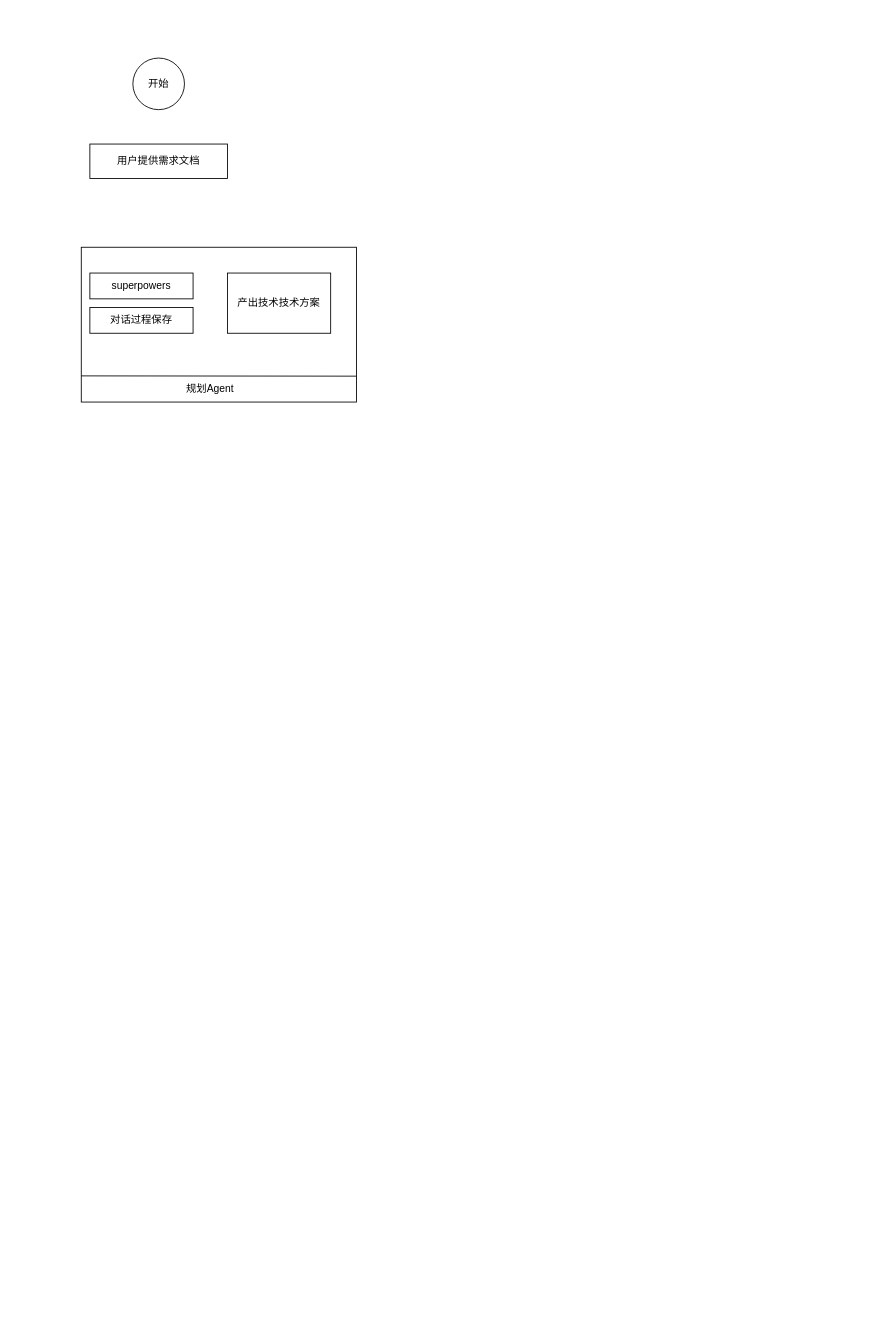
This is SSJJ2/开发Agent设计.drawio from Ordertiny/graph, a draw.io file, before an edit. Source tidied: cells renumbered, new cells numbered last; positions are measured from the earlier drawing's top-left corner, leaving out a move shared by most shapes. Both pictures are drawn from the tidied source at 86%, with x=0, y=0 at pixel (81, 58).
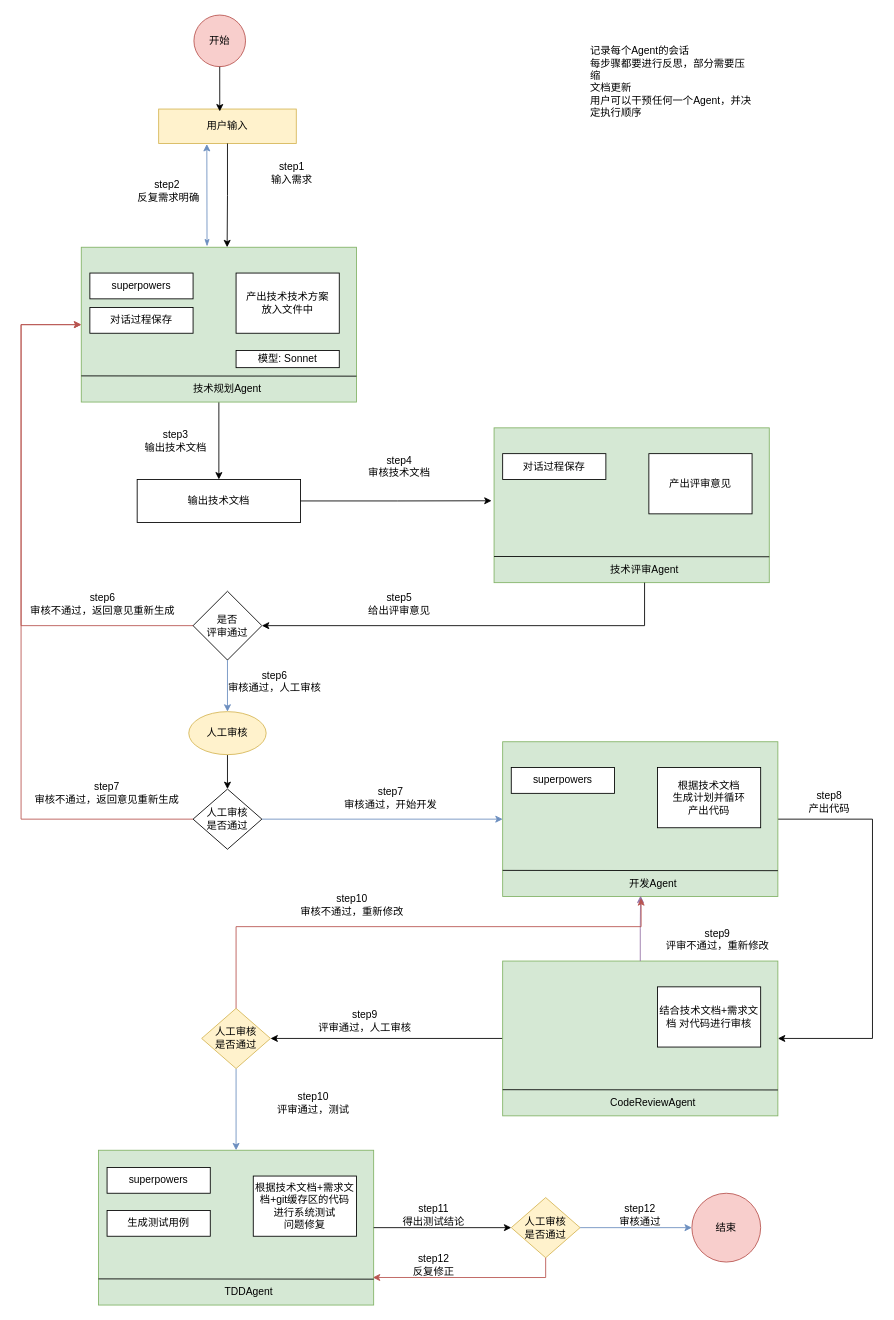
After the change.

Commit message (it also covers changes not shown here):
更新开发Agent设计.drawio

The edit, as a diff of the source:
```diff
@@
-    <mxCell id="2" value="开始" style="ellipse;whiteSpace=wrap;html=1;" parent="1" vertex="1">
-      <mxGeometry x="60" width="60" height="60" as="geometry" />
+    <mxCell id="2" value="开始" style="ellipse;whiteSpace=wrap;html=1;fillColor=#f8cecc;strokeColor=#b85450;" parent="1" vertex="1">
+      <mxGeometry x="131" y="-50" width="60" height="60" as="geometry" />
     </mxCell>
-    <mxCell id="3" value="用户提供需求文档" style="rounded=0;whiteSpace=wrap;html=1;" parent="1" vertex="1">
-      <mxGeometry x="10" y="100" width="160" height="40" as="geometry" />
+    <mxCell id="3" value="用户输入" style="rounded=0;whiteSpace=wrap;html=1;fillColor=#fff2cc;strokeColor=#d6b656;" parent="1" vertex="1">
+      <mxGeometry x="90" y="59.3" width="160" height="40" as="geometry" />
     </mxCell>
+    <mxCell id="10" style="edgeStyle=orthogonalEdgeStyle;rounded=0;jettySize=auto;html=1;" parent="1" edge="1" source="4" target="25">
+      <mxGeometry relative="1" as="geometry" />
+    </mxCell>
-    <mxCell id="4" style="rounded=0;whiteSpace=wrap;html=1;" parent="1" vertex="1">
+    <mxCell id="4" style="rounded=0;whiteSpace=wrap;html=1;fillColor=#d5e8d4;strokeColor=#82b366;" parent="1" vertex="1">
       <mxGeometry y="220" width="320" height="180" as="geometry" />
     </mxCell>
-    <mxCell id="5" value="产出技术技术方案" style="rounded=0;whiteSpace=wrap;html=1;" parent="1" vertex="1">
-      <mxGeometry x="170" y="250" width="120" height="70" as="geometry" />
+    <mxCell id="5" value="产出技术技术方案&lt;div&gt;放入文件中&lt;/div&gt;" style="rounded=0;whiteSpace=wrap;html=1;" parent="1" vertex="1">
+      <mxGeometry x="180" y="250" width="120" height="70" as="geometry" />
     </mxCell>
-    <mxCell id="6" value="规划Agent" style="text;html=1;whiteSpace=wrap;strokeColor=none;fillColor=none;align=center;verticalAlign=middle;rounded=0;" parent="1" vertex="1">
-      <mxGeometry x="120" y="370" width="60" height="30" as="geometry" />
+    <mxCell id="6" value="技术规划Agent" style="text;html=1;whiteSpace=wrap;strokeColor=none;fillColor=none;align=center;verticalAlign=middle;rounded=0;" parent="1" vertex="1">
+      <mxGeometry x="120" y="370" width="100" height="30" as="geometry" />
     </mxCell>
@@
+    <mxCell id="11" style="rounded=0;whiteSpace=wrap;html=1;fillColor=#d5e8d4;strokeColor=#82b366;" parent="1" vertex="1">
+      <mxGeometry x="480" y="430" width="320" height="180" as="geometry" />
+    </mxCell>
+    <mxCell id="12" value="产出评审意见" style="rounded=0;whiteSpace=wrap;html=1;" parent="1" vertex="1">
+      <mxGeometry x="660" y="460" width="120" height="70" as="geometry" />
+    </mxCell>
+    <mxCell id="13" style="edgeStyle=orthogonalEdgeStyle;rounded=0;jettySize=auto;html=1;exitX=0.5;exitY=1;exitDx=0;exitDy=0;entryX=1;entryY=0.5;entryDx=0;entryDy=0;" parent="1" edge="1" source="14" target="30">
+      <mxGeometry relative="1" as="geometry" />
+    </mxCell>
+    <mxCell id="14" value="技术评审Agent" style="text;html=1;whiteSpace=wrap;strokeColor=none;fillColor=none;align=center;verticalAlign=middle;rounded=0;" parent="1" vertex="1">
+      <mxGeometry x="600" y="580" width="110" height="30" as="geometry" />
+    </mxCell>
+    <mxCell id="15" value="对话过程保存" style="rounded=0;whiteSpace=wrap;html=1;" parent="1" vertex="1">
+      <mxGeometry x="490" y="460" width="120" height="30" as="geometry" />
+    </mxCell>
+    <mxCell id="16" style="endArrow=none;html=1;rounded=0;entryX=1.003;entryY=0.833;entryDx=0;entryDy=0;entryPerimeter=0;exitX=0;exitY=0.831;exitDx=0;exitDy=0;exitPerimeter=0;" parent="1" edge="1" source="11">
+      <mxGeometry relative="1" as="geometry">
+        <mxPoint x="800" y="579.9" as="targetPoint" />
+      </mxGeometry>
+    </mxCell>
+    <mxCell id="17" value="模型:&amp;nbsp;Sonnet" style="rounded=0;whiteSpace=wrap;html=1;" parent="1" vertex="1">
+      <mxGeometry x="180" y="340" width="120" height="20" as="geometry" />
+    </mxCell>
+    <mxCell id="18" value="记录每个Agent的会话&lt;div&gt;每步骤都要进行反思，部分需要压缩&lt;/div&gt;&lt;div&gt;文档更新&lt;/div&gt;&lt;div&gt;用户可以干预任何一个Agent，并决定执行顺序&lt;/div&gt;&lt;div&gt;&lt;br&gt;&lt;/div&gt;" style="text;html=1;whiteSpace=wrap;strokeColor=none;fillColor=none;align=left;verticalAlign=middle;rounded=0;" parent="1" vertex="1">
+      <mxGeometry x="590" y="20" width="190" height="30" as="geometry" />
+    </mxCell>
+    <mxCell id="19" value="step3&lt;div&gt;输出技术文档&lt;/div&gt;" style="text;html=1;whiteSpace=wrap;strokeColor=none;fillColor=none;align=center;verticalAlign=middle;rounded=0;" parent="1" vertex="1">
+      <mxGeometry x="60" y="430" width="100" height="30" as="geometry" />
+    </mxCell>
+    <mxCell id="20" style="edgeStyle=orthogonalEdgeStyle;rounded=0;jettySize=auto;html=1;exitX=0.5;exitY=1;exitDx=0;exitDy=0;entryX=0.405;entryY=0.004;entryDx=0;entryDy=0;entryPerimeter=0;" parent="1" edge="1" source="3">
+      <mxGeometry relative="1" as="geometry">
+        <mxPoint x="169.6" y="220" as="targetPoint" />
+      </mxGeometry>
+    </mxCell>
+    <mxCell id="21" value="step1&lt;div&gt;输入需求&lt;/div&gt;" style="text;html=1;whiteSpace=wrap;strokeColor=none;fillColor=none;align=center;verticalAlign=middle;rounded=0;" parent="1" vertex="1">
+      <mxGeometry x="180" y="119.3" width="130" height="30" as="geometry" />
+    </mxCell>
+    <mxCell id="22" value="step2&lt;div&gt;&amp;nbsp;反复需求明确&lt;/div&gt;" style="text;html=1;whiteSpace=wrap;strokeColor=none;fillColor=none;align=center;verticalAlign=middle;rounded=0;" parent="1" vertex="1">
+      <mxGeometry x="40" y="140" width="120" height="30" as="geometry" />
+    </mxCell>
+    <mxCell id="23" style="endArrow=classic;html=1;rounded=1;curved=0;startArrow=classicThin;startFill=1;exitX=0.457;exitY=-0.006;exitDx=0;exitDy=0;exitPerimeter=0;fillColor=#dae8fc;strokeColor=#6c8ebf;" parent="1" edge="1" source="4">
+      <mxGeometry relative="1" as="geometry">
+        <mxPoint x="146" y="100" as="targetPoint" />
+      </mxGeometry>
+    </mxCell>
+    <mxCell id="24" style="edgeStyle=orthogonalEdgeStyle;rounded=0;orthogonalLoop=1;jettySize=auto;html=1;exitX=0.5;exitY=1;exitDx=0;exitDy=0;" parent="1" edge="1" source="19" target="19">
+      <mxGeometry relative="1" as="geometry" />
+    </mxCell>
+    <mxCell id="25" value="输出技术文档" style="rounded=0;whiteSpace=wrap;html=1;" parent="1" vertex="1">
+      <mxGeometry x="65" y="490" width="190" height="50" as="geometry" />
+    </mxCell>
+    <mxCell id="26" style="edgeStyle=orthogonalEdgeStyle;rounded=0;jettySize=auto;html=1;entryX=-0.009;entryY=0.471;entryDx=0;entryDy=0;entryPerimeter=0;" parent="1" edge="1" source="25" target="11">
+      <mxGeometry relative="1" as="geometry" />
+    </mxCell>
+    <mxCell id="27" value="step4&lt;div&gt;审核技术文档&lt;/div&gt;" style="text;html=1;whiteSpace=wrap;strokeColor=none;fillColor=none;align=center;verticalAlign=middle;rounded=0;" parent="1" vertex="1">
+      <mxGeometry x="320" y="460" width="100" height="30" as="geometry" />
+    </mxCell>
+    <mxCell id="28" style="edgeStyle=orthogonalEdgeStyle;rounded=0;jettySize=auto;html=1;exitX=0;exitY=0.5;exitDx=0;exitDy=0;entryX=0;entryY=0.5;entryDx=0;entryDy=0;fillColor=#f8cecc;strokeColor=#b85450;" parent="1" edge="1" source="30" target="4">
+      <mxGeometry relative="1" as="geometry">
+        <Array as="points">
+          <mxPoint x="-70" y="660" />
+          <mxPoint x="-70" y="310" />
+        </Array>
+      </mxGeometry>
+    </mxCell>
+    <mxCell id="29" style="edgeStyle=orthogonalEdgeStyle;rounded=0;jettySize=auto;html=1;exitX=0.5;exitY=1;exitDx=0;exitDy=0;fillColor=#dae8fc;strokeColor=#6c8ebf;" parent="1" edge="1" source="30" target="34">
+      <mxGeometry relative="1" as="geometry" />
+    </mxCell>
+    <mxCell id="30" value="是否&lt;div&gt;评审通过&lt;/div&gt;" style="rhombus;whiteSpace=wrap;html=1;" parent="1" vertex="1">
+      <mxGeometry x="130" y="620" width="80" height="80" as="geometry" />
+    </mxCell>
+    <mxCell id="31" value="step5&lt;div&gt;给出评审意见&lt;/div&gt;" style="text;html=1;whiteSpace=wrap;strokeColor=none;fillColor=none;align=center;verticalAlign=middle;rounded=0;" parent="1" vertex="1">
+      <mxGeometry x="305" y="620" width="130" height="30" as="geometry" />
+    </mxCell>
+    <mxCell id="32" value="step6&lt;div&gt;审核不通过，返回意见重新生成&lt;/div&gt;" style="text;html=1;whiteSpace=wrap;strokeColor=none;fillColor=none;align=center;verticalAlign=middle;rounded=0;" parent="1" vertex="1">
+      <mxGeometry x="-70" y="620" width="190" height="30" as="geometry" />
+    </mxCell>
+    <mxCell id="33" style="edgeStyle=orthogonalEdgeStyle;rounded=0;jettySize=auto;html=1;exitX=0.5;exitY=1;exitDx=0;exitDy=0;entryX=0.5;entryY=0;entryDx=0;entryDy=0;" parent="1" edge="1" source="34" target="38">
+      <mxGeometry relative="1" as="geometry" />
+    </mxCell>
+    <mxCell id="34" value="人工审核" style="ellipse;whiteSpace=wrap;html=1;fillColor=#fff2cc;strokeColor=#d6b656;" parent="1" vertex="1">
+      <mxGeometry x="125" y="760" width="90" height="50" as="geometry" />
+    </mxCell>
+    <mxCell id="35" value="step6&lt;div&gt;审核通过，人工审核&lt;/div&gt;" style="text;html=1;whiteSpace=wrap;strokeColor=none;fillColor=none;align=center;verticalAlign=middle;rounded=0;" parent="1" vertex="1">
+      <mxGeometry x="160" y="710" width="130" height="30" as="geometry" />
+    </mxCell>
+    <mxCell id="36" style="edgeStyle=orthogonalEdgeStyle;rounded=0;jettySize=auto;html=1;exitX=0;exitY=0.5;exitDx=0;exitDy=0;fillColor=#f8cecc;strokeColor=#b85450;" parent="1" edge="1" source="38">
+      <mxGeometry relative="1" as="geometry">
+        <mxPoint y="310" as="targetPoint" />
+        <Array as="points">
+          <mxPoint x="-70" y="885" />
+          <mxPoint x="-70" y="310" />
+        </Array>
+      </mxGeometry>
+    </mxCell>
+    <mxCell id="37" style="edgeStyle=orthogonalEdgeStyle;rounded=0;jettySize=auto;html=1;exitX=1;exitY=0.5;exitDx=0;exitDy=0;fillColor=#dae8fc;strokeColor=#6c8ebf;" parent="1" edge="1" source="38" target="41">
+      <mxGeometry relative="1" as="geometry" />
+    </mxCell>
+    <mxCell id="38" value="人工审核&lt;div&gt;是否通过&lt;/div&gt;" style="rhombus;whiteSpace=wrap;html=1;" parent="1" vertex="1">
+      <mxGeometry x="130" y="850" width="80" height="70" as="geometry" />
+    </mxCell>
+    <mxCell id="39" value="step7&lt;div&gt;审核不通过，返回意见重新生成&lt;/div&gt;" style="text;html=1;whiteSpace=wrap;strokeColor=none;fillColor=none;align=center;verticalAlign=middle;rounded=0;" parent="1" vertex="1">
+      <mxGeometry x="-60" y="830" width="180" height="50" as="geometry" />
+    </mxCell>
+    <mxCell id="40" style="edgeStyle=orthogonalEdgeStyle;rounded=0;jettySize=auto;html=1;exitX=1;exitY=0.5;exitDx=0;exitDy=0;entryX=1;entryY=0.5;entryDx=0;entryDy=0;" parent="1" edge="1" source="41" target="48">
+      <mxGeometry relative="1" as="geometry">
+        <Array as="points">
+          <mxPoint x="920" y="885" />
+          <mxPoint x="920" y="1140" />
+        </Array>
+      </mxGeometry>
+    </mxCell>
+    <mxCell id="41" style="rounded=0;whiteSpace=wrap;html=1;fillColor=#d5e8d4;strokeColor=#82b366;" parent="1" vertex="1">
+      <mxGeometry x="490" y="795" width="320" height="180" as="geometry" />
+    </mxCell>
+    <mxCell id="42" value="&lt;div&gt;根据技术文档&lt;/div&gt;&lt;div&gt;生成计划并循环&lt;/div&gt;产出代码" style="rounded=0;whiteSpace=wrap;html=1;" parent="1" vertex="1">
+      <mxGeometry x="670" y="825" width="120" height="70" as="geometry" />
+    </mxCell>
+    <mxCell id="43" value="开发Agent" style="text;html=1;whiteSpace=wrap;strokeColor=none;fillColor=none;align=center;verticalAlign=middle;rounded=0;" parent="1" vertex="1">
+      <mxGeometry x="610" y="945" width="110" height="30" as="geometry" />
+    </mxCell>
+    <mxCell id="44" value="superpowers" style="rounded=0;whiteSpace=wrap;html=1;" parent="1" vertex="1">
+      <mxGeometry x="500" y="825" width="120" height="30" as="geometry" />
+    </mxCell>
+    <mxCell id="45" style="endArrow=none;html=1;rounded=0;entryX=1.003;entryY=0.833;entryDx=0;entryDy=0;entryPerimeter=0;exitX=0;exitY=0.831;exitDx=0;exitDy=0;exitPerimeter=0;" parent="1" edge="1" source="41">
+      <mxGeometry relative="1" as="geometry">
+        <mxPoint x="810" y="944.9" as="targetPoint" />
+      </mxGeometry>
+    </mxCell>
+    <mxCell id="46" value="step7&lt;div&gt;审核通过，开始开发&lt;/div&gt;" style="text;html=1;whiteSpace=wrap;strokeColor=none;fillColor=none;align=center;verticalAlign=middle;rounded=0;" parent="1" vertex="1">
+      <mxGeometry x="270" y="835" width="180" height="50" as="geometry" />
+    </mxCell>
+    <mxCell id="47" style="edgeStyle=orthogonalEdgeStyle;rounded=0;jettySize=auto;html=1;exitX=0;exitY=0.5;exitDx=0;exitDy=0;entryX=1;entryY=0.5;entryDx=0;entryDy=0;" parent="1" edge="1" source="48" target="56">
+      <mxGeometry relative="1" as="geometry" />
+    </mxCell>
+    <mxCell id="48" style="rounded=0;whiteSpace=wrap;html=1;fillColor=#d5e8d4;strokeColor=#82b366;" parent="1" vertex="1">
+      <mxGeometry x="490" y="1050" width="320" height="180" as="geometry" />
+    </mxCell>
+    <mxCell id="49" value="结合技术文档+需求文档 对代码进行审核" style="rounded=0;whiteSpace=wrap;html=1;" parent="1" vertex="1">
+      <mxGeometry x="670" y="1080" width="120" height="70" as="geometry" />
+    </mxCell>
+    <mxCell id="50" value="CodeReviewAgent" style="text;html=1;whiteSpace=wrap;strokeColor=none;fillColor=none;align=center;verticalAlign=middle;rounded=0;" parent="1" vertex="1">
+      <mxGeometry x="610" y="1200" width="110" height="30" as="geometry" />
+    </mxCell>
+    <mxCell id="51" style="endArrow=none;html=1;rounded=0;entryX=1.003;entryY=0.833;entryDx=0;entryDy=0;entryPerimeter=0;exitX=0;exitY=0.831;exitDx=0;exitDy=0;exitPerimeter=0;" parent="1" edge="1" source="48">
+      <mxGeometry relative="1" as="geometry">
+        <mxPoint x="810" y="1199.9" as="targetPoint" />
+      </mxGeometry>
+    </mxCell>
+    <mxCell id="52" value="step8&lt;div&gt;产出代码&lt;/div&gt;" style="text;html=1;whiteSpace=wrap;strokeColor=none;fillColor=none;align=center;verticalAlign=middle;rounded=0;" parent="1" vertex="1">
+      <mxGeometry x="840" y="850" width="60" height="30" as="geometry" />
+    </mxCell>
+    <mxCell id="53" style="edgeStyle=orthogonalEdgeStyle;rounded=0;jettySize=auto;html=1;exitX=0.5;exitY=0;exitDx=0;exitDy=0;entryX=0.367;entryY=0.967;entryDx=0;entryDy=0;entryPerimeter=0;fillColor=#e1d5e7;strokeColor=#9673a6;" parent="1" edge="1" source="48" target="43">
+      <mxGeometry relative="1" as="geometry" />
+    </mxCell>
+    <mxCell id="54" value="step9&lt;div&gt;评审不通过，重新修改&lt;/div&gt;" style="text;html=1;whiteSpace=wrap;strokeColor=none;fillColor=none;align=center;verticalAlign=middle;rounded=0;" parent="1" vertex="1">
+      <mxGeometry x="660" y="1010" width="160" height="30" as="geometry" />
+    </mxCell>
+    <mxCell id="55" style="edgeStyle=orthogonalEdgeStyle;rounded=0;jettySize=auto;html=1;exitX=0.5;exitY=1;exitDx=0;exitDy=0;fillColor=#dae8fc;strokeColor=#6c8ebf;" parent="1" edge="1" source="56" target="59">
+      <mxGeometry relative="1" as="geometry" />
+    </mxCell>
+    <mxCell id="56" value="人工审核&lt;div&gt;是否通过&lt;/div&gt;" style="rhombus;whiteSpace=wrap;html=1;fillColor=#fff2cc;strokeColor=#d6b656;" parent="1" vertex="1">
+      <mxGeometry x="140" y="1105" width="80" height="70" as="geometry" />
+    </mxCell>
+    <mxCell id="57" style="edgeStyle=orthogonalEdgeStyle;rounded=0;jettySize=auto;html=1;exitX=0.5;exitY=0;exitDx=0;exitDy=0;fillColor=#f8cecc;strokeColor=#b85450;" parent="1" edge="1" source="56">
+      <mxGeometry relative="1" as="geometry">
+        <mxPoint x="651" y="977" as="targetPoint" />
+        <Array as="points">
+          <mxPoint x="180" y="1010" />
+          <mxPoint x="651" y="1010" />
+        </Array>
+      </mxGeometry>
+    </mxCell>
+    <mxCell id="58" value="step10&lt;div&gt;审核不通过，重新修改&lt;/div&gt;" style="text;html=1;whiteSpace=wrap;strokeColor=none;fillColor=none;align=center;verticalAlign=middle;rounded=0;" parent="1" vertex="1">
+      <mxGeometry x="230" y="970" width="170" height="30" as="geometry" />
+    </mxCell>
+    <mxCell id="59" style="rounded=0;whiteSpace=wrap;html=1;fillColor=#d5e8d4;strokeColor=#82b366;" parent="1" vertex="1">
+      <mxGeometry x="20" y="1270" width="320" height="180" as="geometry" />
+    </mxCell>
+    <mxCell id="60" value="&lt;div&gt;根据技术文档+需求文档+git缓存区的代码&lt;/div&gt;进行系统测试&lt;div&gt;问题修复&lt;/div&gt;" style="rounded=0;whiteSpace=wrap;html=1;" parent="1" vertex="1">
+      <mxGeometry x="200" y="1300" width="120" height="70" as="geometry" />
+    </mxCell>
+    <mxCell id="61" value="TDDAgent" style="text;html=1;whiteSpace=wrap;strokeColor=none;fillColor=none;align=center;verticalAlign=middle;rounded=0;" parent="1" vertex="1">
+      <mxGeometry x="140" y="1420" width="110" height="30" as="geometry" />
+    </mxCell>
+    <mxCell id="62" value="superpowers" style="rounded=0;whiteSpace=wrap;html=1;" parent="1" vertex="1">
+      <mxGeometry x="30" y="1290" width="120" height="30" as="geometry" />
+    </mxCell>
+    <mxCell id="63" style="endArrow=none;html=1;rounded=0;entryX=1.003;entryY=0.833;entryDx=0;entryDy=0;entryPerimeter=0;exitX=0;exitY=0.831;exitDx=0;exitDy=0;exitPerimeter=0;" parent="1" edge="1" source="59">
+      <mxGeometry relative="1" as="geometry">
+        <mxPoint x="340" y="1419.9" as="targetPoint" />
+      </mxGeometry>
+    </mxCell>
+    <mxCell id="64" value="step9&lt;div&gt;评审通过，人工审核&lt;/div&gt;" style="text;html=1;whiteSpace=wrap;strokeColor=none;fillColor=none;align=center;verticalAlign=middle;rounded=0;" parent="1" vertex="1">
+      <mxGeometry x="250" y="1105" width="160" height="30" as="geometry" />
+    </mxCell>
+    <mxCell id="65" value="step10&lt;div&gt;评审通过，测试&lt;/div&gt;" style="text;html=1;whiteSpace=wrap;strokeColor=none;fillColor=none;align=center;verticalAlign=middle;rounded=0;" parent="1" vertex="1">
+      <mxGeometry x="190" y="1200" width="160" height="30" as="geometry" />
+    </mxCell>
+    <mxCell id="66" value="生成测试用例" style="rounded=0;whiteSpace=wrap;html=1;" parent="1" vertex="1">
+      <mxGeometry x="30" y="1340" width="120" height="30" as="geometry" />
+    </mxCell>
+    <mxCell id="67" style="endArrow=classic;html=1;rounded=0;exitX=1;exitY=0.5;exitDx=0;exitDy=0;entryX=0;entryY=0.5;entryDx=0;entryDy=0;" parent="1" edge="1" source="59">
+      <mxGeometry relative="1" as="geometry">
+        <mxPoint x="500" y="1360" as="targetPoint" />
+      </mxGeometry>
+    </mxCell>
+    <mxCell id="68" value="step11&lt;div&gt;得出测试结论&lt;/div&gt;" style="text;html=1;whiteSpace=wrap;strokeColor=none;fillColor=none;align=center;verticalAlign=middle;rounded=0;" parent="1" vertex="1">
+      <mxGeometry x="370" y="1330" width="80" height="30" as="geometry" />
+    </mxCell>
+    <mxCell id="69" style="edgeStyle=orthogonalEdgeStyle;rounded=0;jettySize=auto;html=1;exitX=1;exitY=0.5;exitDx=0;exitDy=0;fillColor=#dae8fc;strokeColor=#6c8ebf;" parent="1" edge="1" source="70" target="73">
+      <mxGeometry relative="1" as="geometry" />
+    </mxCell>
+    <mxCell id="70" value="人工审核&lt;div&gt;是否通过&lt;/div&gt;" style="rhombus;whiteSpace=wrap;html=1;fillColor=#fff2cc;strokeColor=#d6b656;" parent="1" vertex="1">
+      <mxGeometry x="500" y="1325" width="80" height="70" as="geometry" />
+    </mxCell>
+    <mxCell id="71" style="edgeStyle=orthogonalEdgeStyle;rounded=0;jettySize=auto;html=1;exitX=0.5;exitY=1;exitDx=0;exitDy=0;entryX=0.997;entryY=0.822;entryDx=0;entryDy=0;entryPerimeter=0;fillColor=#f8cecc;strokeColor=#b85450;" parent="1" edge="1" source="70" target="59">
+      <mxGeometry relative="1" as="geometry" />
+    </mxCell>
+    <mxCell id="72" value="step12&lt;div&gt;反复修正&lt;/div&gt;" style="text;html=1;whiteSpace=wrap;strokeColor=none;fillColor=none;align=center;verticalAlign=middle;rounded=0;" parent="1" vertex="1">
+      <mxGeometry x="370" y="1388" width="80" height="30" as="geometry" />
+    </mxCell>
+    <mxCell id="73" value="结束" style="ellipse;whiteSpace=wrap;html=1;fillColor=#f8cecc;strokeColor=#b85450;" parent="1" vertex="1">
+      <mxGeometry x="710" y="1320" width="80" height="80" as="geometry" />
+    </mxCell>
+    <mxCell id="74" value="&lt;div&gt;step12&lt;/div&gt;审核通过" style="text;html=1;whiteSpace=wrap;strokeColor=none;fillColor=none;align=center;verticalAlign=middle;rounded=0;" parent="1" vertex="1">
+      <mxGeometry x="620" y="1330" width="60" height="30" as="geometry" />
+    </mxCell>
+    <mxCell id="75" style="edgeStyle=orthogonalEdgeStyle;rounded=0;jettySize=auto;html=1;exitX=0.5;exitY=1;exitDx=0;exitDy=0;entryX=0.444;entryY=0.068;entryDx=0;entryDy=0;entryPerimeter=0;" parent="1" edge="1" source="2" target="3">
+      <mxGeometry relative="1" as="geometry" />
+    </mxCell>
```
